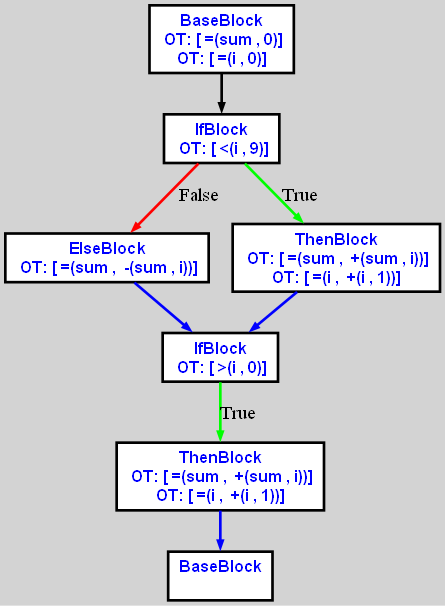
aveen007/CountingMonkeys keeps this Graphviz diagram as cpoCompilerWin/cfgi0.dot.png. Above is the earlier version. Its source is kept beside it as cpoCompilerWin/cfgi0.dot.
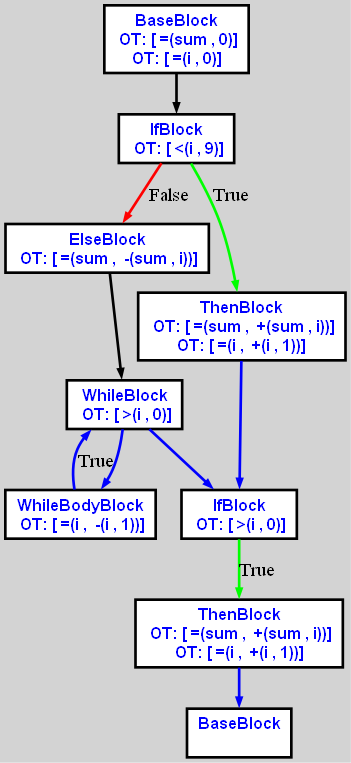
After the commit.

The edit, as a diff of the source:
```diff
@@ -4,27 +4,34 @@
 bgcolor="lightgrey";  node [shape=box, fixedsize=false, fontsize=12, fontname="Helvetica-bold", fontcolor="blue"
 width=.25, height=.25, color="black", fillcolor="white", style="filled, solid, bold"];
 
-edge [arrowsize=.5, color="black", style="bold"]    n000001F61159AFD0 [label="BaseBlock\n OT: [ =(sum , 0)]
+edge [arrowsize=.5, color="black", style="bold"]    n000001B594EDDBC0 [label="BaseBlock\n OT: [ =(sum , 0)]
 OT: [ =(i , 0)]
 "]
-    n000001F61159AFD0 -> n000001F61159B270
-    n000001F61159B270 [label="IfBlock\n OT: [ <(i , 9)]
+    n000001B594EDDBC0 -> n000001B594EDDDF0
+    n000001B594EDDDF0 [label="IfBlock\n OT: [ <(i , 9)]
 "]
-    n000001F61159B270 -> n000001F61159AD30 [label="False" color="red"]
-    n000001F61159AD30 [label="ElseBlock\n OT: [ =(sum ,  -(sum , i))]
+    n000001B594EDDDF0 -> n000001B594EDE090 [label="False" color="red"]
+    n000001B594EDE090 [label="ElseBlock\n OT: [ =(sum ,  -(sum , i))]
 "]
-    n000001F61159AD30 -> n000001F61159AA20 [ color="blue"]
-    n000001F61159B270 -> n000001F61159A9B0 [label="True" color="green"]
-    n000001F61159A9B0 [label="ThenBlock\n OT: [ =(sum ,  +(sum , i))]
+    n000001B594EDE090 -> n000001B594EDE480
+    n000001B594EDE480 [label="WhileBlock\n OT: [ >(i , 0)]
+"]
+    n000001B594EDD920 -> n000001B594EDE480 [label="True" color="blue"]
+    n000001B594EDE480 -> n000001B594EDD920 [ color="blue"]
+    n000001B594EDD920 [label="WhileBodyBlock\n OT: [ =(i ,  -(i , 1))]
+"]
+    n000001B594EDE480 -> n000001B594EDDCA0 [ color="blue"]
+    n000001B594EDDDF0 -> n000001B594EDD8B0 [label="True" color="green"]
+    n000001B594EDD8B0 [label="ThenBlock\n OT: [ =(sum ,  +(sum , i))]
 OT: [ =(i ,  +(i , 1))]
 "]
-    n000001F61159A9B0 -> n000001F61159AA20 [ color="blue"]
-    n000001F61159AA20 [label="IfBlock\n OT: [ >(i , 0)]
+    n000001B594EDD8B0 -> n000001B594EDDCA0 [ color="blue"]
+    n000001B594EDDCA0 [label="IfBlock\n OT: [ >(i , 0)]
 "]
-    n000001F61159AA20 -> n000001F61159A400 [label="True" color="green"]
-    n000001F61159A400 [label="ThenBlock\n OT: [ =(sum ,  +(sum , i))]
+    n000001B594EDDCA0 -> n000001B594EDD7D0 [label="True" color="green"]
+    n000001B594EDD7D0 [label="ThenBlock\n OT: [ =(sum ,  +(sum , i))]
 OT: [ =(i ,  +(i , 1))]
 "]
-    n000001F61159A400 -> n000001F61159AE10 [ color="blue"]
-    n000001F61159AE10 [label="BaseBlock\n "]
+    n000001B594EDD7D0 -> n000001B594EDE100 [ color="blue"]
+    n000001B594EDE100 [label="BaseBlock\n "]
 }
```
